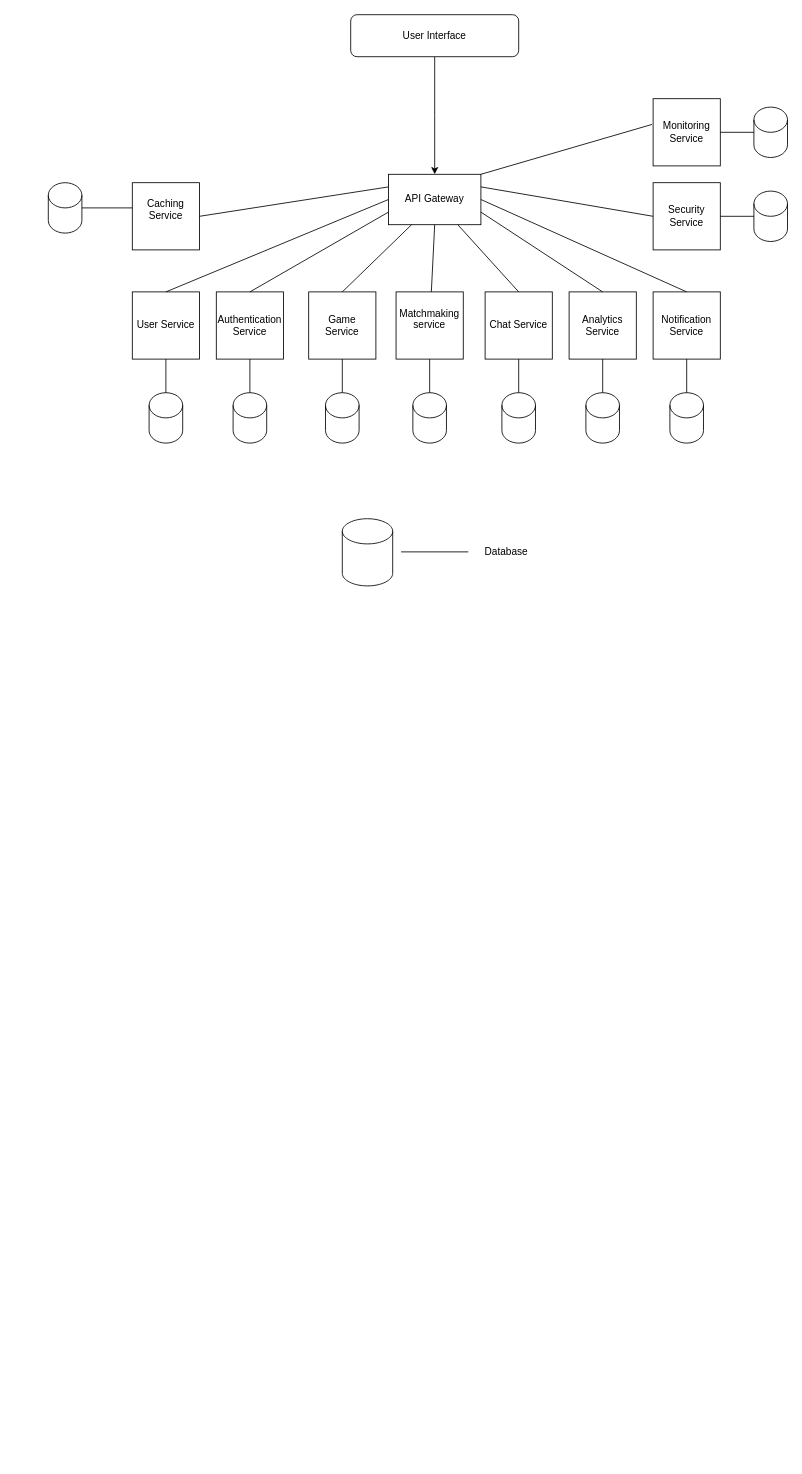
Before: Transendence/Untitled Diagram.drawio in Vikingu-del/Transcendence, a draw.io diagram. Source tidied: cells renumbered, new cells numbered last; positions are measured from the earlier drawing's top-left corner, leaving out a move shared by most shapes. Both pictures are drawn from the tidied source at 84%, with x=0, y=0 at pixel (48, 14).
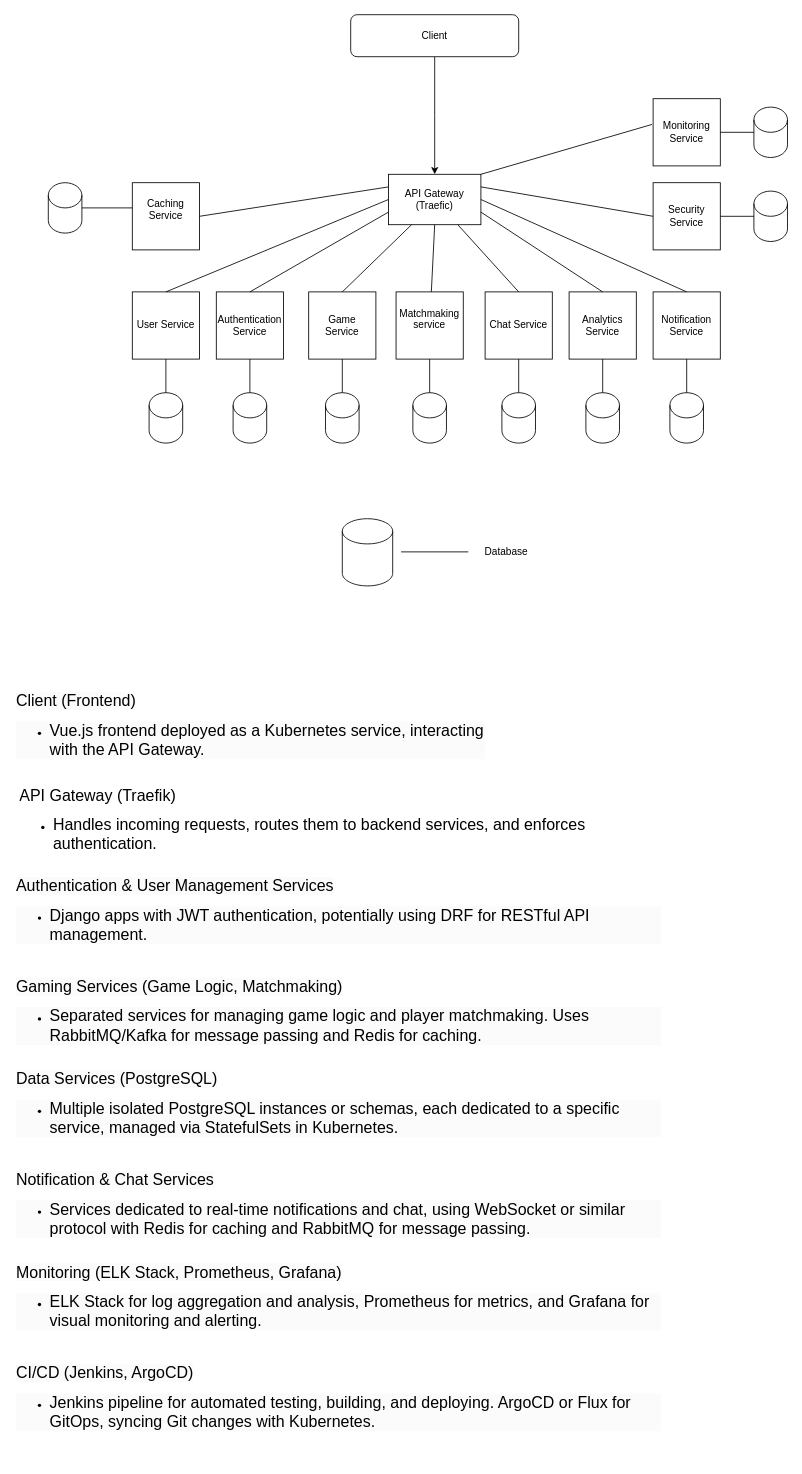
The same page after the edit.

What changed in the source:
```diff
@@
-    <mxCell id="3" value="User Interface" style="rounded=1;whiteSpace=wrap;html=1;" parent="1" vertex="1">
+    <mxCell id="3" value="Client" style="rounded=1;whiteSpace=wrap;html=1;" parent="1" vertex="1">
       <mxGeometry x="360" width="200" height="50" as="geometry" />
     </mxCell>
-    <mxCell id="4" value="API Gateway" style="rounded=1;whiteSpace=wrap;html=1;arcSize=0;" parent="1" vertex="1">
+    <mxCell id="4" value="API Gateway&lt;div&gt;(Traefic)&lt;/div&gt;" style="rounded=1;whiteSpace=wrap;html=1;arcSize=0;" parent="1" vertex="1">
       <mxGeometry x="405" y="190" width="110" height="60" as="geometry" />
     </mxCell>
@@
+    <mxCell id="48" value="&lt;span style=&quot;forced-color-adjust: none; color: rgb(0, 0, 0); font-family: Helvetica; font-style: normal; font-variant-ligatures: normal; font-variant-caps: normal; font-weight: 400; letter-spacing: normal; orphans: 2; text-align: left; text-indent: 0px; text-transform: none; widows: 2; word-spacing: 0px; -webkit-text-stroke-width: 0px; white-space: normal; background-color: rgb(251, 251, 251); text-decoration-thickness: initial; text-decoration-style: initial; text-decoration-color: initial; font-size: 19px;&quot;&gt;Authentication &amp;amp; User Management Services&lt;/span&gt;&lt;div style=&quot;forced-color-adjust: none; color: rgb(0, 0, 0); font-family: Helvetica; font-size: 12px; font-style: normal; font-variant-ligatures: normal; font-variant-caps: normal; font-weight: 400; letter-spacing: normal; orphans: 2; text-align: left; text-indent: 0px; text-transform: none; widows: 2; word-spacing: 0px; -webkit-text-stroke-width: 0px; white-space: normal; background-color: rgb(251, 251, 251); text-decoration-thickness: initial; text-decoration-style: initial; text-decoration-color: initial;&quot;&gt;&lt;ul style=&quot;forced-color-adjust: none;&quot;&gt;&lt;li style=&quot;forced-color-adjust: none;&quot;&gt;&lt;span style=&quot;forced-color-adjust: none; font-size: 19px;&quot;&gt;Django apps with JWT authentication, potentially using DRF for RESTful API management.&lt;/span&gt;&lt;/li&gt;&lt;/ul&gt;&lt;/div&gt;" style="text;whiteSpace=wrap;html=1;" parent="1" vertex="1">
+      <mxGeometry x="-40" y="1020" width="770" height="120" as="geometry" />
+    </mxCell>
+    <mxCell id="49" value="&lt;font style=&quot;forced-color-adjust: none; color: rgb(0, 0, 0); font-family: Helvetica; font-style: normal; font-variant-ligatures: normal; font-variant-caps: normal; font-weight: 400; letter-spacing: normal; orphans: 2; text-align: left; text-indent: 0px; text-transform: none; widows: 2; word-spacing: 0px; -webkit-text-stroke-width: 0px; white-space: normal; background-color: rgb(251, 251, 251); text-decoration-thickness: initial; text-decoration-style: initial; text-decoration-color: initial; font-size: 19px;&quot;&gt;Client (Frontend)&lt;/font&gt;&lt;div style=&quot;forced-color-adjust: none; color: rgb(0, 0, 0); font-family: Helvetica; font-size: 12px; font-style: normal; font-variant-ligatures: normal; font-variant-caps: normal; font-weight: 400; letter-spacing: normal; orphans: 2; text-align: left; text-indent: 0px; text-transform: none; widows: 2; word-spacing: 0px; -webkit-text-stroke-width: 0px; white-space: normal; background-color: rgb(251, 251, 251); text-decoration-thickness: initial; text-decoration-style: initial; text-decoration-color: initial;&quot;&gt;&lt;ul style=&quot;forced-color-adjust: none;&quot;&gt;&lt;li style=&quot;forced-color-adjust: none;&quot;&gt;&lt;font style=&quot;forced-color-adjust: none; font-size: 19px;&quot;&gt;Vue.js frontend deployed as a Kubernetes service, interacting with the API Gateway.&lt;/font&gt;&lt;/li&gt;&lt;/ul&gt;&lt;/div&gt;" style="text;whiteSpace=wrap;html=1;" parent="1" vertex="1">
+      <mxGeometry x="-40" y="800" width="560" height="120" as="geometry" />
+    </mxCell>
+    <mxCell id="50" value="&lt;span style=&quot;font-size: 19px;&quot;&gt;API Gateway (Traefik)&lt;/span&gt;&lt;div&gt;&lt;ul&gt;&lt;li&gt;&lt;span style=&quot;font-size: 19px;&quot;&gt;Handles incoming requests, routes them to backend services, and enforces authentication.&lt;br&gt;&lt;/span&gt;&lt;/li&gt;&lt;/ul&gt;&lt;/div&gt;" style="text;strokeColor=none;fillColor=none;align=left;verticalAlign=middle;spacingLeft=4;spacingRight=4;overflow=hidden;whiteSpace=wrap;html=1;" parent="1" vertex="1">
+      <mxGeometry x="-40" y="900" width="770" height="130" as="geometry" />
+    </mxCell>
+    <mxCell id="51" value="&lt;span style=&quot;forced-color-adjust: none; color: rgb(0, 0, 0); font-family: Helvetica; font-style: normal; font-variant-ligatures: normal; font-variant-caps: normal; font-weight: 400; letter-spacing: normal; orphans: 2; text-align: left; text-indent: 0px; text-transform: none; widows: 2; word-spacing: 0px; -webkit-text-stroke-width: 0px; white-space: normal; background-color: rgb(251, 251, 251); text-decoration-thickness: initial; text-decoration-style: initial; text-decoration-color: initial; font-size: 19px;&quot;&gt;Gaming Services (Game Logic, Matchmaking)&lt;/span&gt;&lt;div style=&quot;forced-color-adjust: none; color: rgb(0, 0, 0); font-family: Helvetica; font-size: 12px; font-style: normal; font-variant-ligatures: normal; font-variant-caps: normal; font-weight: 400; letter-spacing: normal; orphans: 2; text-align: left; text-indent: 0px; text-transform: none; widows: 2; word-spacing: 0px; -webkit-text-stroke-width: 0px; white-space: normal; background-color: rgb(251, 251, 251); text-decoration-thickness: initial; text-decoration-style: initial; text-decoration-color: initial;&quot;&gt;&lt;ul style=&quot;forced-color-adjust: none;&quot;&gt;&lt;li style=&quot;forced-color-adjust: none;&quot;&gt;&lt;span style=&quot;forced-color-adjust: none; font-size: 19px;&quot;&gt;Separated services for managing game logic and player matchmaking. Uses RabbitMQ/Kafka for message passing and Redis for caching.&lt;/span&gt;&lt;/li&gt;&lt;/ul&gt;&lt;/div&gt;" style="text;whiteSpace=wrap;html=1;" parent="1" vertex="1">
+      <mxGeometry x="-40" y="1140" width="770" height="120" as="geometry" />
+    </mxCell>
+    <mxCell id="52" value="&lt;span style=&quot;forced-color-adjust: none; color: rgb(0, 0, 0); font-family: Helvetica; font-style: normal; font-variant-ligatures: normal; font-variant-caps: normal; font-weight: 400; letter-spacing: normal; orphans: 2; text-align: left; text-indent: 0px; text-transform: none; widows: 2; word-spacing: 0px; -webkit-text-stroke-width: 0px; white-space: normal; background-color: rgb(251, 251, 251); text-decoration-thickness: initial; text-decoration-style: initial; text-decoration-color: initial; font-size: 19px;&quot;&gt;Data Services (PostgreSQL)&lt;/span&gt;&lt;div style=&quot;forced-color-adjust: none; color: rgb(0, 0, 0); font-family: Helvetica; font-size: 12px; font-style: normal; font-variant-ligatures: normal; font-variant-caps: normal; font-weight: 400; letter-spacing: normal; orphans: 2; text-align: left; text-indent: 0px; text-transform: none; widows: 2; word-spacing: 0px; -webkit-text-stroke-width: 0px; white-space: normal; background-color: rgb(251, 251, 251); text-decoration-thickness: initial; text-decoration-style: initial; text-decoration-color: initial;&quot;&gt;&lt;ul style=&quot;forced-color-adjust: none;&quot;&gt;&lt;li style=&quot;forced-color-adjust: none;&quot;&gt;&lt;span style=&quot;forced-color-adjust: none; font-size: 19px;&quot;&gt;Multiple isolated PostgreSQL instances or schemas, each dedicated to a specific service, managed via StatefulSets in Kubernetes.&lt;/span&gt;&lt;/li&gt;&lt;/ul&gt;&lt;/div&gt;" style="text;whiteSpace=wrap;html=1;" parent="1" vertex="1">
+      <mxGeometry x="-40" y="1250" width="770" height="120" as="geometry" />
+    </mxCell>
+    <mxCell id="53" value="&lt;span style=&quot;forced-color-adjust: none; color: rgb(0, 0, 0); font-family: Helvetica; font-style: normal; font-variant-ligatures: normal; font-variant-caps: normal; font-weight: 400; letter-spacing: normal; orphans: 2; text-align: left; text-indent: 0px; text-transform: none; widows: 2; word-spacing: 0px; -webkit-text-stroke-width: 0px; white-space: normal; background-color: rgb(251, 251, 251); text-decoration-thickness: initial; text-decoration-style: initial; text-decoration-color: initial; font-size: 19px;&quot;&gt;Notification &amp;amp; Chat Services&lt;/span&gt;&lt;div style=&quot;forced-color-adjust: none; color: rgb(0, 0, 0); font-family: Helvetica; font-size: 12px; font-style: normal; font-variant-ligatures: normal; font-variant-caps: normal; font-weight: 400; letter-spacing: normal; orphans: 2; text-align: left; text-indent: 0px; text-transform: none; widows: 2; word-spacing: 0px; -webkit-text-stroke-width: 0px; white-space: normal; background-color: rgb(251, 251, 251); text-decoration-thickness: initial; text-decoration-style: initial; text-decoration-color: initial;&quot;&gt;&lt;ul style=&quot;forced-color-adjust: none;&quot;&gt;&lt;li style=&quot;forced-color-adjust: none;&quot;&gt;&lt;span style=&quot;forced-color-adjust: none; font-size: 19px;&quot;&gt;Services dedicated to real-time notifications and chat, using WebSocket or similar protocol with Redis for caching and RabbitMQ for message passing.&lt;/span&gt;&lt;/li&gt;&lt;/ul&gt;&lt;/div&gt;" style="text;whiteSpace=wrap;html=1;" parent="1" vertex="1">
+      <mxGeometry x="-40" y="1370" width="770" height="120" as="geometry" />
+    </mxCell>
+    <mxCell id="54" value="&lt;span style=&quot;forced-color-adjust: none; color: rgb(0, 0, 0); font-family: Helvetica; font-style: normal; font-variant-ligatures: normal; font-variant-caps: normal; font-weight: 400; letter-spacing: normal; orphans: 2; text-align: left; text-indent: 0px; text-transform: none; widows: 2; word-spacing: 0px; -webkit-text-stroke-width: 0px; white-space: normal; background-color: rgb(251, 251, 251); text-decoration-thickness: initial; text-decoration-style: initial; text-decoration-color: initial; font-size: 19px;&quot;&gt;Monitoring (ELK Stack, Prometheus, Grafana)&lt;/span&gt;&lt;div style=&quot;forced-color-adjust: none; color: rgb(0, 0, 0); font-family: Helvetica; font-size: 12px; font-style: normal; font-variant-ligatures: normal; font-variant-caps: normal; font-weight: 400; letter-spacing: normal; orphans: 2; text-align: left; text-indent: 0px; text-transform: none; widows: 2; word-spacing: 0px; -webkit-text-stroke-width: 0px; white-space: normal; background-color: rgb(251, 251, 251); text-decoration-thickness: initial; text-decoration-style: initial; text-decoration-color: initial;&quot;&gt;&lt;ul style=&quot;forced-color-adjust: none;&quot;&gt;&lt;li style=&quot;forced-color-adjust: none;&quot;&gt;&lt;span style=&quot;forced-color-adjust: none; font-size: 19px;&quot;&gt;ELK Stack for log aggregation and analysis, Prometheus for metrics, and Grafana for visual monitoring and alerting.&lt;/span&gt;&lt;/li&gt;&lt;/ul&gt;&lt;/div&gt;" style="text;whiteSpace=wrap;html=1;" parent="1" vertex="1">
+      <mxGeometry x="-40" y="1480" width="770" height="120" as="geometry" />
+    </mxCell>
+    <mxCell id="55" value="&lt;span style=&quot;forced-color-adjust: none; color: rgb(0, 0, 0); font-family: Helvetica; font-style: normal; font-variant-ligatures: normal; font-variant-caps: normal; font-weight: 400; letter-spacing: normal; orphans: 2; text-align: left; text-indent: 0px; text-transform: none; widows: 2; word-spacing: 0px; -webkit-text-stroke-width: 0px; white-space: normal; background-color: rgb(251, 251, 251); text-decoration-thickness: initial; text-decoration-style: initial; text-decoration-color: initial; font-size: 19px;&quot;&gt;CI/CD (Jenkins, ArgoCD)&lt;/span&gt;&lt;div style=&quot;forced-color-adjust: none; color: rgb(0, 0, 0); font-family: Helvetica; font-size: 12px; font-style: normal; font-variant-ligatures: normal; font-variant-caps: normal; font-weight: 400; letter-spacing: normal; orphans: 2; text-align: left; text-indent: 0px; text-transform: none; widows: 2; word-spacing: 0px; -webkit-text-stroke-width: 0px; white-space: normal; background-color: rgb(251, 251, 251); text-decoration-thickness: initial; text-decoration-style: initial; text-decoration-color: initial;&quot;&gt;&lt;ul style=&quot;forced-color-adjust: none;&quot;&gt;&lt;li style=&quot;forced-color-adjust: none;&quot;&gt;&lt;span style=&quot;forced-color-adjust: none; font-size: 19px;&quot;&gt;Jenkins pipeline for automated testing, building, and deploying. ArgoCD or Flux for GitOps, syncing Git changes with Kubernetes.&lt;/span&gt;&lt;/li&gt;&lt;/ul&gt;&lt;/div&gt;" style="text;whiteSpace=wrap;html=1;" parent="1" vertex="1">
+      <mxGeometry x="-40" y="1600" width="770" height="120" as="geometry" />
+    </mxCell>
```
